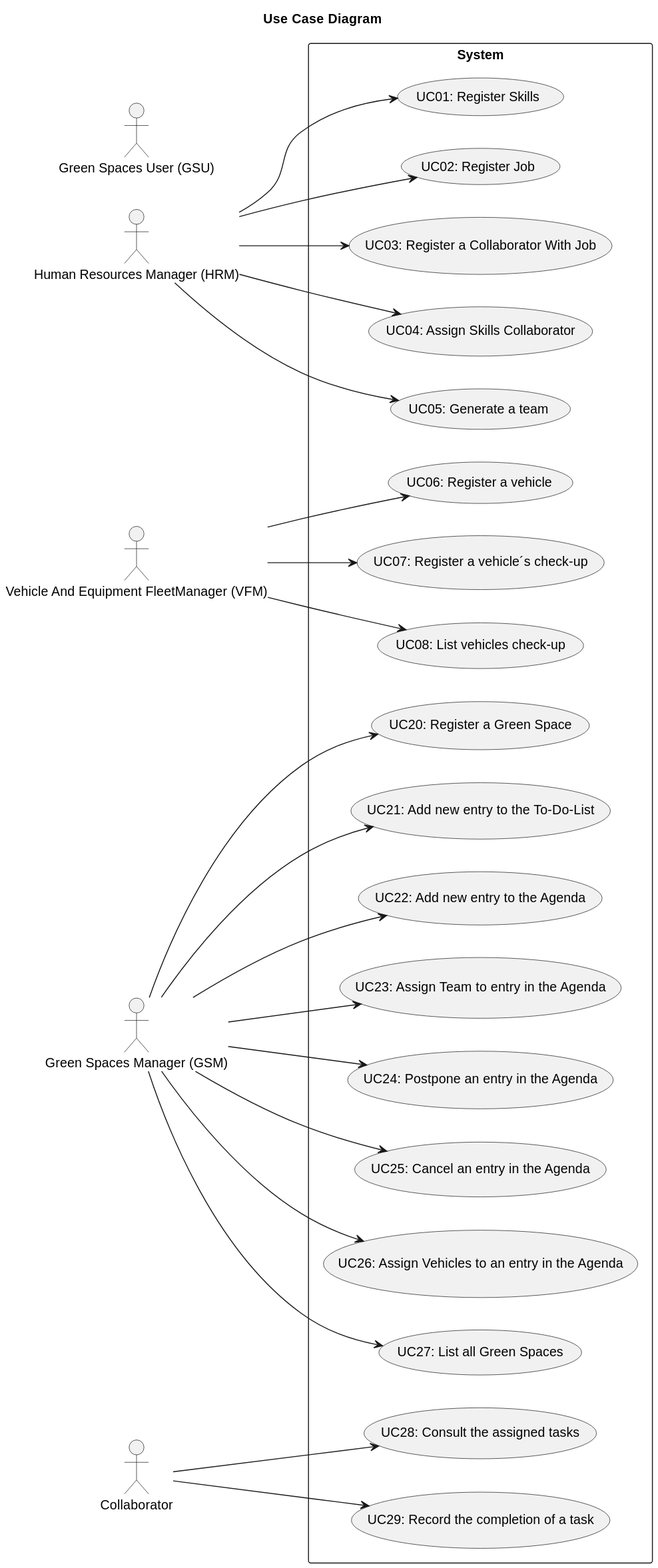
Before: docs/sprint3/global-artifacts/01.requirements-engineering/svg/use-case-diagram.svg, a diagram exported from PlantUML (Departamento-de-Engenharia-Informatica/lei-24-s2-1db-g022).
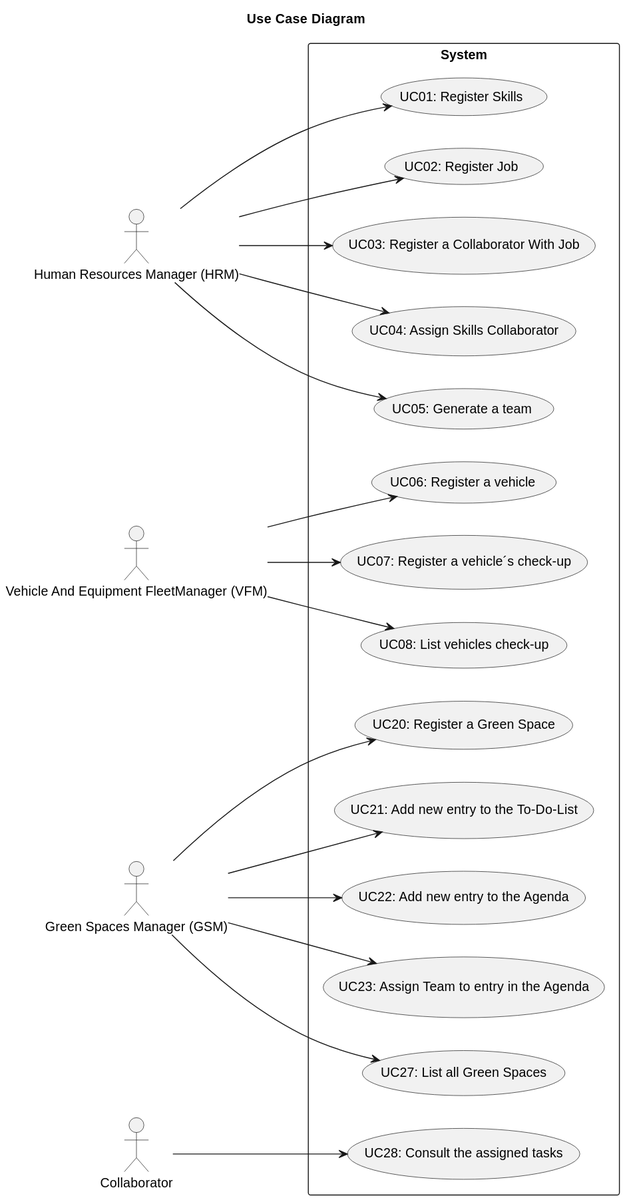
After the commit.

Commit message:
Update Use Case Diagram

Change to the diagram source:
```diff
@@ -7,7 +7,6 @@
 
     actor "Human Resources Manager (HRM)" as HumanResourcesManager
     actor "Vehicle And Equipment FleetManager (VFM)" as VehicleAndEquipmentFleetManager
-    actor "Green Spaces User (GSU)" as GreenSpacesUser
     actor "Green Spaces Manager (GSM)" as GreenSpacesManager
     actor Collaborator
 
@@ -36,17 +35,10 @@
     GreenSpacesManager -->  UC22
     usecase "UC23: Assign Team to entry in the Agenda" as UC23
     GreenSpacesManager -->  UC23
-    usecase "UC24: Postpone an entry in the Agenda" as UC24
-    GreenSpacesManager -->  UC24
-    usecase "UC25: Cancel an entry in the Agenda" as UC25
-    GreenSpacesManager -->  UC25
-    usecase "UC26: Assign Vehicles to an entry in the Agenda" as UC26
-    GreenSpacesManager -->  UC26
     usecase "UC27: List all Green Spaces" as UC27
     GreenSpacesManager -->  UC27
     usecase "UC28: Consult the assigned tasks" as UC28
     Collaborator -->  UC28
-    usecase "UC29: Record the completion of a task" as UC29
-    Collaborator -->  UC29
+
 }
 @enduml
```
